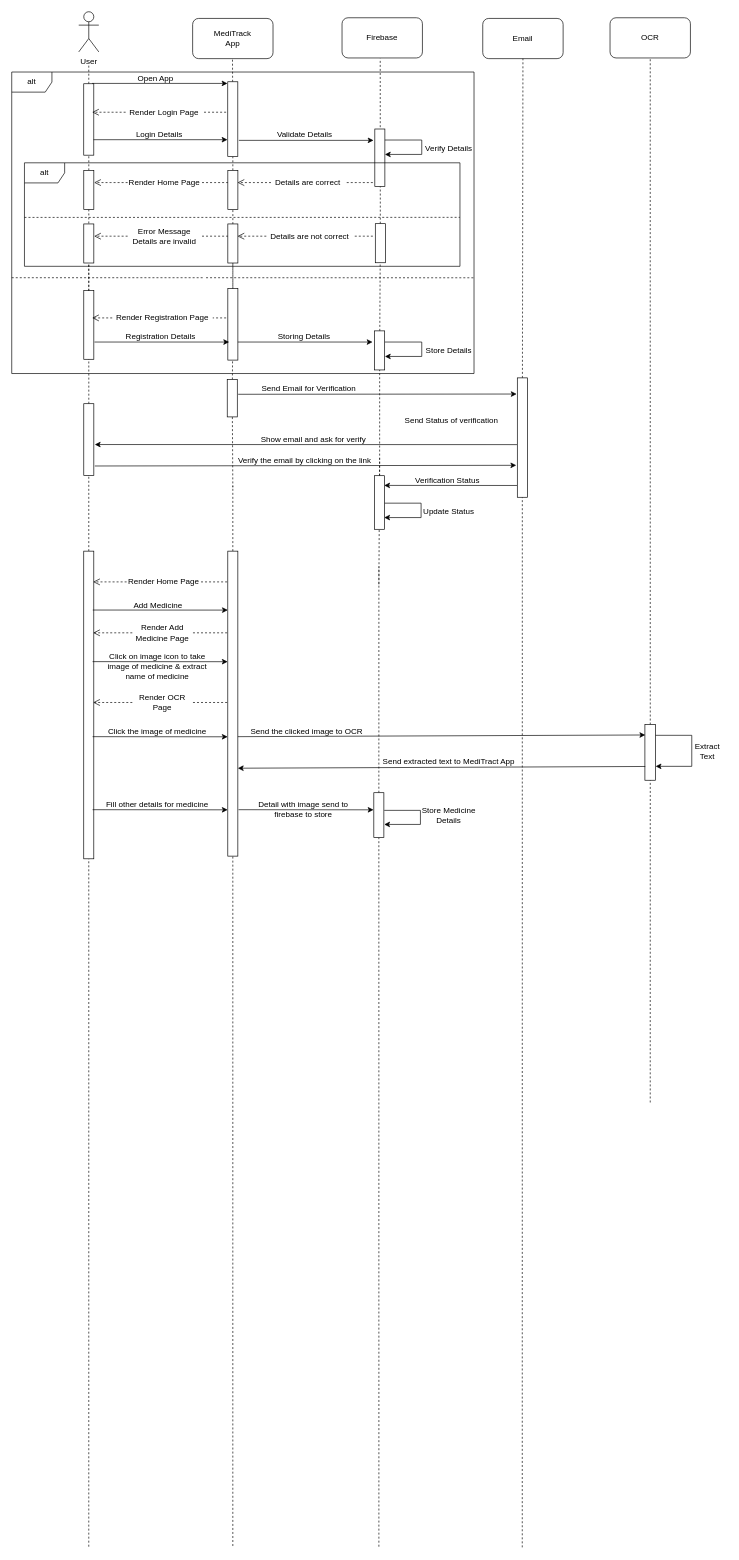
Before: Sequence_Diagram_MediTrack.drawio in SJPatel123/CP-III, a draw.io diagram. Source tidied: cells renumbered, new cells numbered last; positions are measured from the earlier drawing's top-left corner, leaving out a move shared by most shapes. Both pictures are drawn from the tidied source at 67%, with x=0, y=0 at pixel (-66, 11).
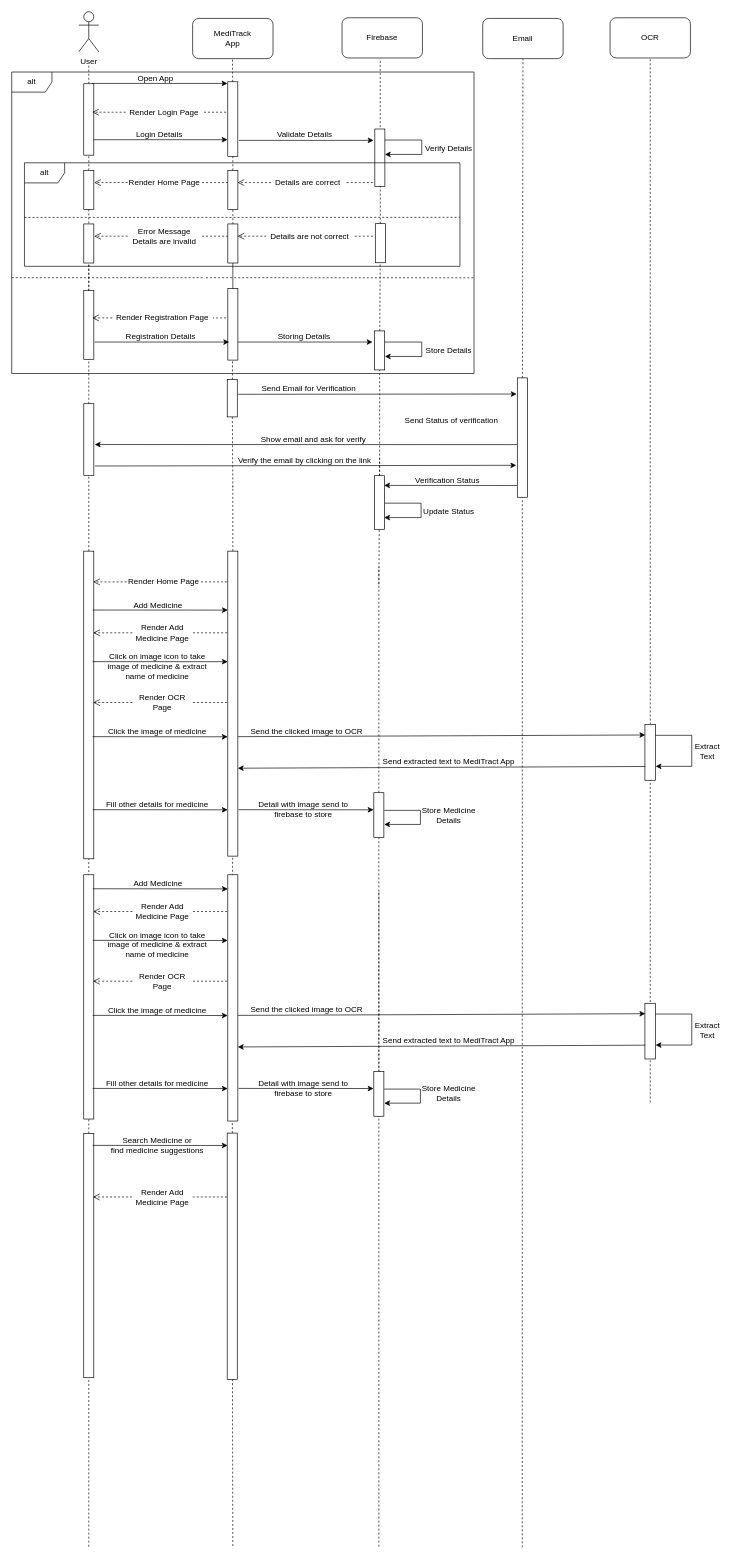
Above is the later version.

The change refers to these unchanged cells:
```xml
<mxCell id="100" style="rounded=0;whiteSpace=wrap;html=1;rotation=90;" parent="1" vertex="1">
  <mxGeometry x="0.4" y="1027.2" width="459.2" height="15" as="geometry" />
</mxCell>
```

Diff of the diagram source:
```diff
@@
-    <mxCell id="27" style="endArrow=none;dashed=1;html=1;rounded=0;startArrow=none;" parent="1" edge="1">
+    <mxCell id="27" style="endArrow=none;dashed=1;html=1;rounded=0;startArrow=none;" parent="1" edge="1" source="170">
       <mxGeometry relative="1" as="geometry">
-        <mxPoint x="445" y="2290" as="sourcePoint" />
         <mxPoint x="445" y="940.1" as="targetPoint" />
       </mxGeometry>
     </mxCell>
@@
-    <mxCell id="99" style="endArrow=none;dashed=1;html=1;rounded=0;startArrow=none;" parent="1" edge="1" target="100">
-      <mxGeometry relative="1" as="geometry">
-        <mxPoint x="230" y="2291" as="sourcePoint" />
-      </mxGeometry>
+    <mxCell id="99" style="endArrow=none;dashed=1;html=1;rounded=0;startArrow=none;" parent="1" edge="1" source="168" target="100">
+      <mxGeometry relative="1" as="geometry" />
     </mxCell>
@@
+    <mxCell id="137" style="endArrow=none;dashed=1;html=1;rounded=0;startArrow=none;" parent="1" edge="1" source="148">
+      <mxGeometry relative="1" as="geometry">
+        <mxPoint x="663" y="1311" as="targetPoint" />
+      </mxGeometry>
+    </mxCell>
+    <mxCell id="138" style="rounded=0;whiteSpace=wrap;html=1;rotation=90;" parent="1" vertex="1">
+      <mxGeometry x="47.7" y="1462.9" width="364.6" height="15" as="geometry" />
+    </mxCell>
+    <mxCell id="139" style="endArrow=none;dashed=1;html=1;rounded=0;startArrow=none;" parent="1" edge="1" target="140">
+      <mxGeometry relative="1" as="geometry">
+        <mxPoint x="445" y="1455" as="sourcePoint" />
+      </mxGeometry>
+    </mxCell>
+    <mxCell id="140" style="rounded=0;whiteSpace=wrap;html=1;rotation=90;" parent="1" vertex="1">
+      <mxGeometry x="261.2" y="1464.4" width="367.6" height="15" as="geometry" />
+    </mxCell>
+    <mxCell id="141" style="endArrow=classic;html=1;rounded=0;exitX=0.57;exitY=-0.167;exitDx=0;exitDy=0;exitPerimeter=0;" parent="1" edge="1">
+      <mxGeometry relative="1" as="geometry">
+        <mxPoint x="236" y="1309" as="sourcePoint" />
+        <mxPoint x="437.5" y="1309.2" as="targetPoint" />
+      </mxGeometry>
+    </mxCell>
+    <mxCell id="142" value="Add Medicine" style="text;html=1;align=center;verticalAlign=middle;strokeColor=none;fillColor=none;" parent="1" vertex="1">
+      <mxGeometry x="282.5" y="1287" width="100" height="30" as="geometry" />
+    </mxCell>
+    <mxCell id="143" style="html=1;verticalAlign=bottom;endArrow=open;dashed=1;endSize=8;edgeStyle=elbowEdgeStyle;elbow=vertical;curved=0;rounded=0;startArrow=none;" parent="1" edge="1" source="145">
+      <mxGeometry x="-1" y="-355" relative="1" as="geometry">
+        <mxPoint x="236.5" y="1343" as="targetPoint" />
+        <mxPoint x="350" y="295" as="offset" />
+      </mxGeometry>
+    </mxCell>
+    <mxCell id="144" style="html=1;verticalAlign=bottom;endArrow=none;dashed=1;endSize=8;edgeStyle=elbowEdgeStyle;elbow=vertical;curved=0;rounded=0;" parent="1" edge="1" target="145">
+      <mxGeometry x="-1" y="-355" relative="1" as="geometry">
+        <mxPoint x="436.5" y="1343" as="sourcePoint" />
+        <mxPoint x="350" y="295" as="offset" />
+      </mxGeometry>
+    </mxCell>
+    <mxCell id="145" value="Render Add Medicine Page" style="text;html=1;strokeColor=none;fillColor=none;align=center;verticalAlign=middle;whiteSpace=wrap;rounded=0;" parent="1" vertex="1">
+      <mxGeometry x="295" y="1328" width="90" height="30" as="geometry" />
+    </mxCell>
+    <mxCell id="146" style="endArrow=classic;html=1;rounded=0;exitX=0.57;exitY=-0.167;exitDx=0;exitDy=0;exitPerimeter=0;" parent="1" edge="1">
+      <mxGeometry relative="1" as="geometry">
+        <mxPoint x="235.7" y="1386" as="sourcePoint" />
+        <mxPoint x="437.3" y="1386.2" as="targetPoint" />
+      </mxGeometry>
+    </mxCell>
+    <mxCell id="147" value="Click on image icon to take&lt;br&gt;image of medicine &amp;amp; extract&lt;br&gt;name of medicine" style="text;html=1;align=center;verticalAlign=middle;strokeColor=none;fillColor=none;" parent="1" vertex="1">
+      <mxGeometry x="247.2" y="1363" width="170" height="60" as="geometry" />
+    </mxCell>
+    <mxCell id="148" style="rounded=0;whiteSpace=wrap;html=1;rotation=90;" parent="1" vertex="1">
+      <mxGeometry x="629.5" y="1607.6" width="66.9" height="15" as="geometry" />
+    </mxCell>
+    <mxCell id="149" style="endArrow=classic;html=1;rounded=0;exitX=0.57;exitY=-0.167;exitDx=0;exitDy=0;exitPerimeter=0;" parent="1" edge="1">
+      <mxGeometry relative="1" as="geometry">
+        <mxPoint x="453.5" y="1607" as="sourcePoint" />
+        <mxPoint x="655" y="1607.2" as="targetPoint" />
+      </mxGeometry>
+    </mxCell>
+    <mxCell id="150" value="Detail with image send to&lt;br&gt;firebase to store" style="text;html=1;align=center;verticalAlign=middle;strokeColor=none;fillColor=none;" parent="1" vertex="1">
+      <mxGeometry x="470" y="1587" width="160" height="40" as="geometry" />
+    </mxCell>
+    <mxCell id="151" value="Store Medicine&lt;br&gt;Details" style="text;html=1;align=center;verticalAlign=middle;strokeColor=none;fillColor=none;" parent="1" vertex="1">
+      <mxGeometry x="717" y="1595" width="100" height="40" as="geometry" />
+    </mxCell>
+    <mxCell id="152" style="html=1;verticalAlign=bottom;endArrow=open;dashed=1;endSize=8;edgeStyle=elbowEdgeStyle;elbow=vertical;curved=0;rounded=0;startArrow=none;exitX=0;exitY=0.5;exitDx=0;exitDy=0;entryX=0.437;entryY=0.086;entryDx=0;entryDy=0;entryPerimeter=0;" parent="1" edge="1" source="154" target="138">
+      <mxGeometry x="-1" y="-355" relative="1" as="geometry">
+        <Array as="points">
+          <mxPoint x="265" y="1447" />
+        </Array>
+        <mxPoint x="350" y="295" as="offset" />
+      </mxGeometry>
+    </mxCell>
+    <mxCell id="153" style="html=1;verticalAlign=bottom;endArrow=none;dashed=1;endSize=8;edgeStyle=elbowEdgeStyle;elbow=vertical;curved=0;rounded=0;" parent="1" edge="1" target="154">
+      <mxGeometry x="-1" y="-355" relative="1" as="geometry">
+        <mxPoint x="436.5" y="1447" as="sourcePoint" />
+        <mxPoint x="350" y="295" as="offset" />
+      </mxGeometry>
+    </mxCell>
+    <mxCell id="154" value="Render OCR Page" style="text;html=1;strokeColor=none;fillColor=none;align=center;verticalAlign=middle;whiteSpace=wrap;rounded=0;" parent="1" vertex="1">
+      <mxGeometry x="295" y="1432" width="90" height="30" as="geometry" />
+    </mxCell>
+    <mxCell id="155" style="endArrow=classic;html=1;rounded=0;exitX=0.57;exitY=-0.167;exitDx=0;exitDy=0;exitPerimeter=0;" parent="1" edge="1">
+      <mxGeometry relative="1" as="geometry">
+        <mxPoint x="235.7" y="1607" as="sourcePoint" />
+        <mxPoint x="437.3" y="1607.2" as="targetPoint" />
+      </mxGeometry>
+    </mxCell>
+    <mxCell id="156" value="Fill other details for medicine" style="text;html=1;align=center;verticalAlign=middle;strokeColor=none;fillColor=none;" parent="1" vertex="1">
+      <mxGeometry x="242.2" y="1585" width="180" height="30" as="geometry" />
+    </mxCell>
+    <mxCell id="157" style="edgeStyle=orthogonalEdgeStyle;rounded=0;orthogonalLoop=1;jettySize=auto;html=1;exitX=0.25;exitY=0;exitDx=0;exitDy=0;entryX=0.5;entryY=0;entryDx=0;entryDy=0;" parent="1" edge="1">
+      <mxGeometry relative="1" as="geometry">
+        <mxPoint x="671" y="1608" as="sourcePoint" />
+        <mxPoint x="671" y="1629" as="targetPoint" />
+        <Array as="points">
+          <mxPoint x="725" y="1608" />
+          <mxPoint x="725" y="1629" />
+        </Array>
+      </mxGeometry>
+    </mxCell>
+    <mxCell id="158" style="rounded=0;whiteSpace=wrap;html=1;rotation=90;" parent="1" vertex="1">
+      <mxGeometry x="1026.5" y="1513.5" width="83.1" height="16" as="geometry" />
+    </mxCell>
+    <mxCell id="159" style="endArrow=classic;html=1;rounded=0;exitX=0.57;exitY=-0.167;exitDx=0;exitDy=0;exitPerimeter=0;" parent="1" edge="1">
+      <mxGeometry relative="1" as="geometry">
+        <mxPoint x="235.7" y="1498" as="sourcePoint" />
+        <mxPoint x="437.3" y="1498.2" as="targetPoint" />
+      </mxGeometry>
+    </mxCell>
+    <mxCell id="160" value="Click the image of medicine" style="text;html=1;align=center;verticalAlign=middle;strokeColor=none;fillColor=none;" parent="1" vertex="1">
+      <mxGeometry x="247.2" y="1476" width="170" height="30" as="geometry" />
+    </mxCell>
+    <mxCell id="161" style="endArrow=classic;html=1;rounded=0;exitX=0.57;exitY=-0.167;exitDx=0;exitDy=0;exitPerimeter=0;entryX=0.138;entryY=0.9;entryDx=0;entryDy=0;entryPerimeter=0;" parent="1" edge="1">
+      <mxGeometry relative="1" as="geometry">
+        <mxPoint x="452.5" y="1498" as="sourcePoint" />
+        <mxPoint x="1060.6" y="1495.5" as="targetPoint" />
+      </mxGeometry>
+    </mxCell>
+    <mxCell id="162" value="Send the clicked image to OCR" style="text;html=1;align=center;verticalAlign=middle;strokeColor=none;fillColor=none;" parent="1" vertex="1">
+      <mxGeometry x="460" y="1475" width="190" height="30" as="geometry" />
+    </mxCell>
+    <mxCell id="163" style="edgeStyle=orthogonalEdgeStyle;rounded=0;jettySize=auto;html=1;exitX=0.25;exitY=0;exitDx=0;exitDy=0;entryX=0.75;entryY=0;entryDx=0;entryDy=0;" parent="1" edge="1" target="158">
+      <mxGeometry relative="1" as="geometry">
+        <mxPoint x="1076" y="1496" as="sourcePoint" />
+        <Array as="points">
+          <mxPoint x="1130" y="1496" />
+          <mxPoint x="1130" y="1542" />
+        </Array>
+      </mxGeometry>
+    </mxCell>
+    <mxCell id="164" value="Extract&lt;br&gt;Text" style="text;html=1;align=center;verticalAlign=middle;strokeColor=none;fillColor=none;" parent="1" vertex="1">
+      <mxGeometry x="1123.1" y="1500.1" width="60" height="40" as="geometry" />
+    </mxCell>
+    <mxCell id="165" style="endArrow=classic;html=1;rounded=0;exitX=0.57;exitY=-0.167;exitDx=0;exitDy=0;exitPerimeter=0;entryX=0.138;entryY=0.9;entryDx=0;entryDy=0;entryPerimeter=0;" parent="1" edge="1">
+      <mxGeometry relative="1" as="geometry">
+        <mxPoint x="1060.6" y="1542.5" as="sourcePoint" />
+        <mxPoint x="452.5" y="1545.1" as="targetPoint" />
+      </mxGeometry>
+    </mxCell>
+    <mxCell id="166" value="Send extracted text to MediTract App" style="text;html=1;align=center;verticalAlign=middle;strokeColor=none;fillColor=none;" parent="1" vertex="1">
+      <mxGeometry x="657" y="1520.1" width="220" height="30" as="geometry" />
+    </mxCell>
+    <mxCell id="167" style="endArrow=none;dashed=1;html=1;rounded=0;startArrow=none;" parent="1" edge="1" target="168">
+      <mxGeometry relative="1" as="geometry">
+        <mxPoint x="230" y="2291" as="sourcePoint" />
+      </mxGeometry>
+    </mxCell>
+    <mxCell id="168" style="rounded=0;whiteSpace=wrap;html=1;rotation=90;" parent="1" vertex="1">
+      <mxGeometry x="47.7" y="1849" width="364.6" height="15" as="geometry" />
+    </mxCell>
+    <mxCell id="169" style="endArrow=none;dashed=1;html=1;rounded=0;startArrow=none;" parent="1" edge="1" target="170">
+      <mxGeometry relative="1" as="geometry">
+        <mxPoint x="445" y="2290" as="sourcePoint" />
+      </mxGeometry>
+    </mxCell>
+    <mxCell id="170" style="rounded=0;whiteSpace=wrap;html=1;rotation=90;" parent="1" vertex="1">
+      <mxGeometry x="260.3" y="1850" width="367.6" height="15" as="geometry" />
+    </mxCell>
+    <mxCell id="171" style="endArrow=classic;html=1;rounded=0;exitX=0.57;exitY=-0.167;exitDx=0;exitDy=0;exitPerimeter=0;" parent="1" edge="1">
+      <mxGeometry relative="1" as="geometry">
+        <mxPoint x="235.7" y="1692" as="sourcePoint" />
+        <mxPoint x="437.3" y="1692.2" as="targetPoint" />
+      </mxGeometry>
+    </mxCell>
+    <mxCell id="172" value="Search Medicine or&lt;br&gt;find medicine suggestions" style="text;html=1;align=center;verticalAlign=middle;strokeColor=none;fillColor=none;" parent="1" vertex="1">
+      <mxGeometry x="252.2" y="1672" width="160" height="40" as="geometry" />
+    </mxCell>
+    <mxCell id="173" style="html=1;verticalAlign=bottom;endArrow=open;dashed=1;endSize=8;edgeStyle=elbowEdgeStyle;elbow=vertical;curved=0;rounded=0;startArrow=none;" parent="1" edge="1" source="175">
+      <mxGeometry x="-1" y="-355" relative="1" as="geometry">
+        <mxPoint x="236.2" y="1769" as="targetPoint" />
+        <mxPoint x="350" y="295" as="offset" />
+      </mxGeometry>
+    </mxCell>
+    <mxCell id="174" style="html=1;verticalAlign=bottom;endArrow=none;dashed=1;endSize=8;edgeStyle=elbowEdgeStyle;elbow=vertical;curved=0;rounded=0;" parent="1" edge="1" target="175">
+      <mxGeometry x="-1" y="-355" relative="1" as="geometry">
+        <mxPoint x="436.2" y="1769" as="sourcePoint" />
+        <mxPoint x="350" y="295" as="offset" />
+      </mxGeometry>
+    </mxCell>
+    <mxCell id="175" value="Render Add Medicine Page" style="text;html=1;strokeColor=none;fillColor=none;align=center;verticalAlign=middle;whiteSpace=wrap;rounded=0;" parent="1" vertex="1">
+      <mxGeometry x="294.7" y="1754" width="90" height="30" as="geometry" />
+    </mxCell>
```
